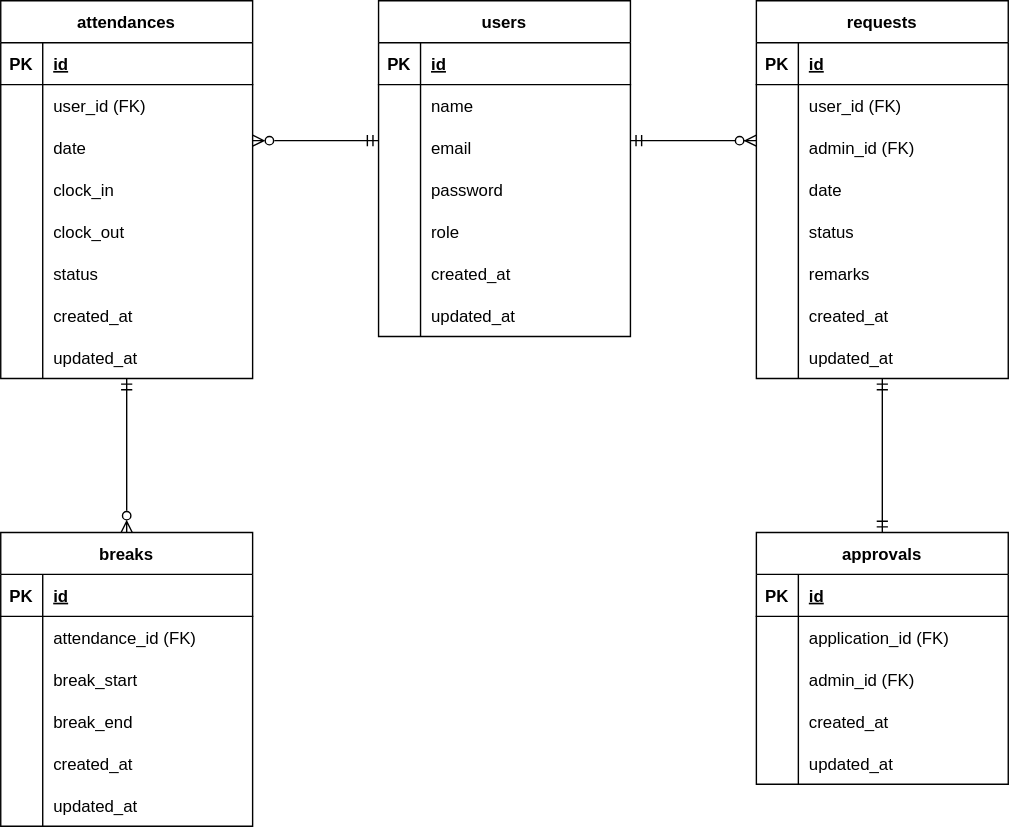
Before: src/attendance-test_ER.drawio.svg, a diagram exported from draw.io (dq-myk/attendance-test). Source tidied: cells renumbered, new cells last; positions are measured from the earlier drawing's top-left corner, leaving out a move shared by most shapes.
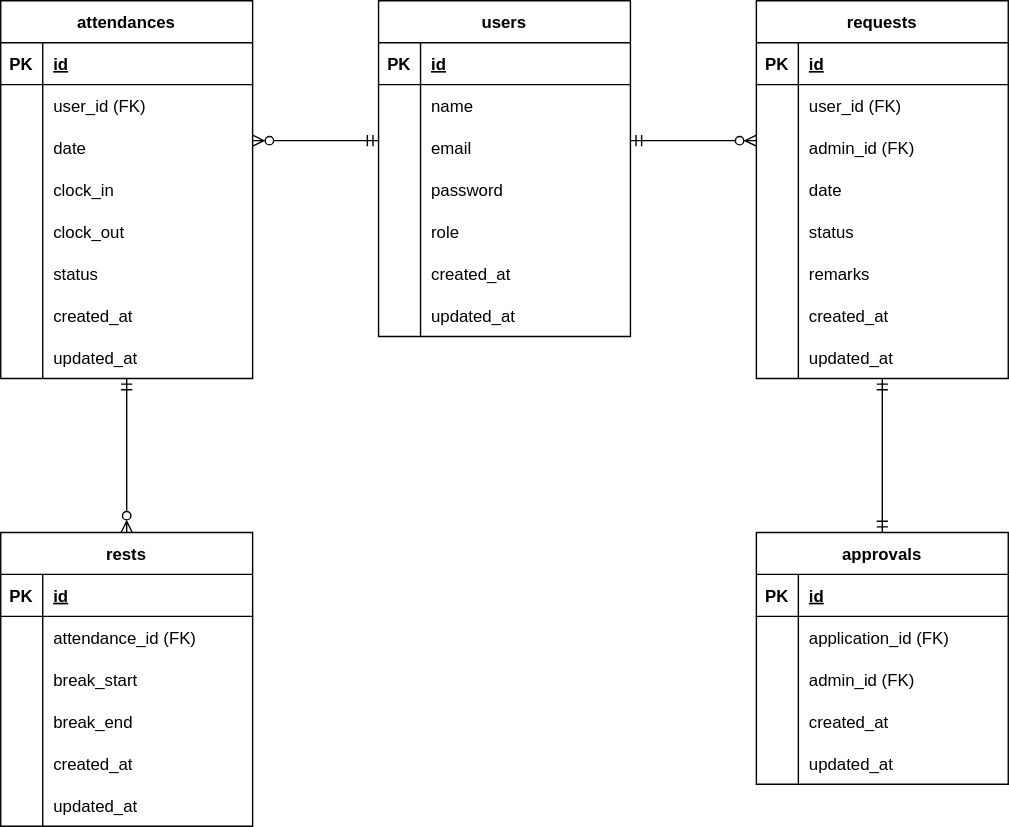
Later version of the same file.

Change to the diagram source:
```diff
@@ -218,7 +218,7 @@
     <mxCell id="73" value="updated_at" style="shape=partialRectangle;fillColor=none;top=0;left=0;bottom=0;right=0;align=left;spacingLeft=6;overflow=hidden;" parent="71" vertex="1">
       <mxGeometry x="30" width="150" height="30" as="geometry" />
     </mxCell>
-    <mxCell id="74" value="breaks" style="shape=table;startSize=30;rowLines=0;fontStyle=1;align=center;" parent="1" vertex="1">
+    <mxCell id="74" value="rests" style="shape=table;startSize=30;rowLines=0;fontStyle=1;align=center;" parent="1" vertex="1">
       <mxGeometry y="380" width="180" height="210" as="geometry" />
     </mxCell>
     <mxCell id="75" style="shape=tableRow;horizontal=0;startSize=0;swimlaneHead=0;swimlaneBody=0;fillColor=none;top=0;left=0;right=0;bottom=1;" parent="74" vertex="1">
```
